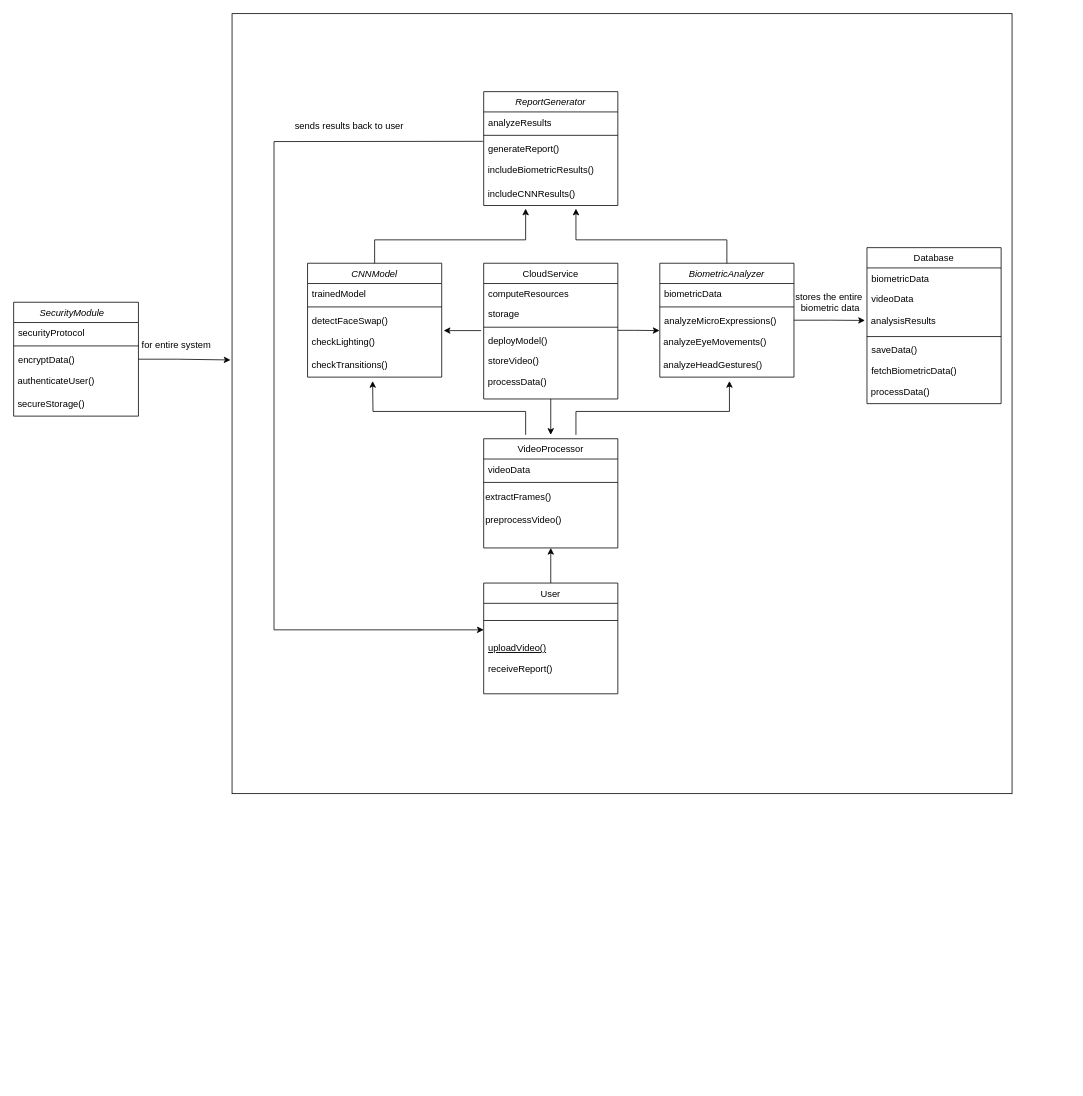
Above: DeepFakeRecognition.drawio in yashika1221/draw.io (draw.io), before the change. Source tidied: cells renumbered, new cells numbered last; positions are measured from the earlier drawing's top-left corner, leaving out a move shared by most shapes. Both pictures are drawn from the tidied source at 78%, with x=0, y=0 at pixel (13, 13).
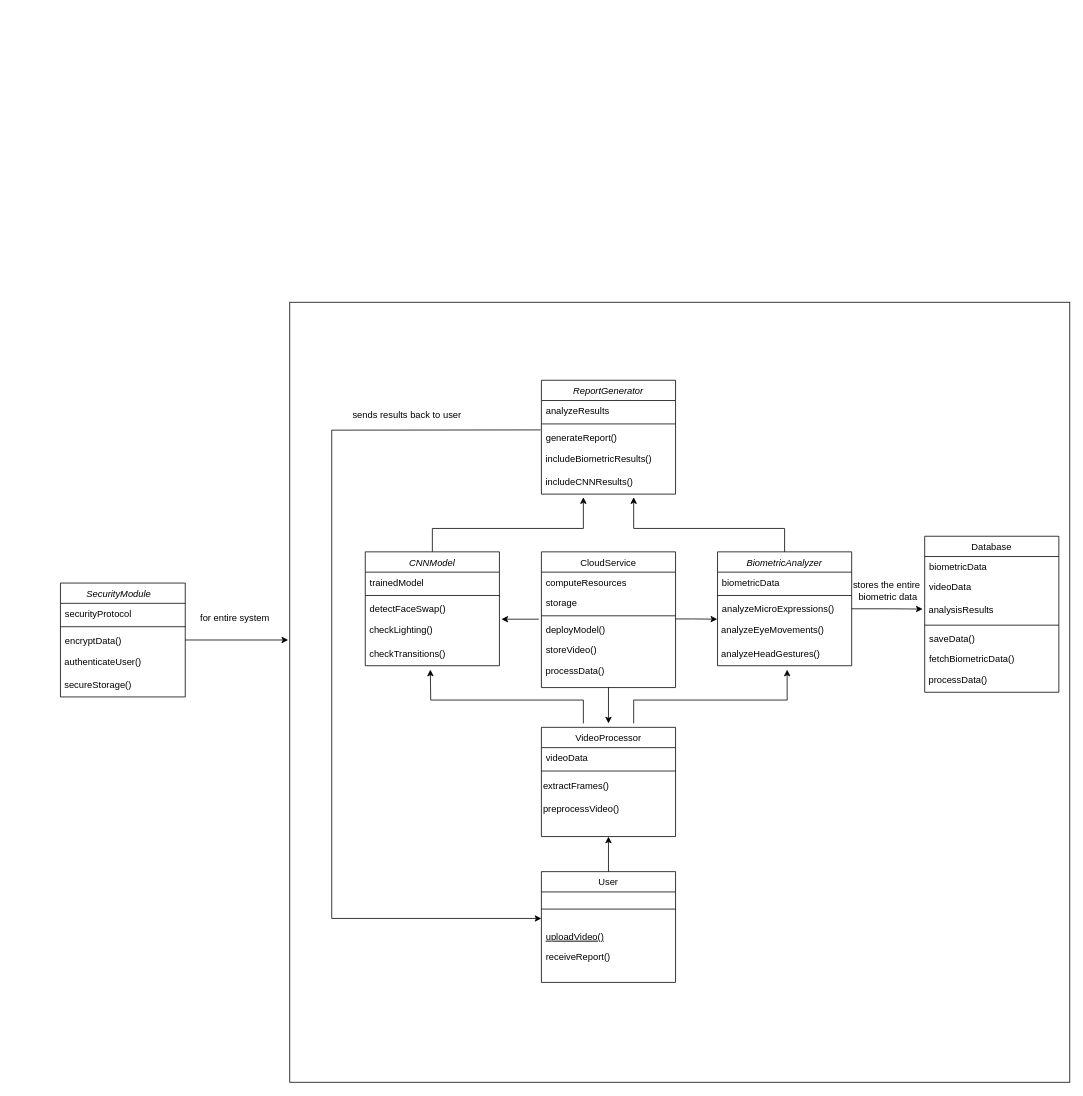
After the change.

Unchanged cells that the change refers to:
```xml
<mxCell id="5" value="encryptData()" style="text;align=left;verticalAlign=top;spacingLeft=4;spacingRight=4;overflow=hidden;points=[[0,0.5],[1,0.5]];portConstraint=eastwest;" parent="2" vertex="1">
  <mxGeometry y="60" width="160" height="26" as="geometry" />
</mxCell>
<mxCell id="9" style="whiteSpace=wrap;html=1;" parent="8" vertex="1">
  <mxGeometry width="1000" height="1000" as="geometry" />
</mxCell>
```

What changed in the source:
```diff
@@
     <mxCell id="2" value="SecurityModule   " style="swimlane;fontStyle=2;align=center;verticalAlign=top;horizontal=1;startSize=26;rounded=0;shadow=0;strokeWidth=1;" parent="1" vertex="1">
-      <mxGeometry y="370" width="160" height="146" as="geometry" />
+      <mxGeometry x="60" y="730" width="160" height="146" as="geometry" />
     </mxCell>
@@
     <mxCell id="8" style="group;" parent="1" vertex="1">
-      <mxGeometry x="280" width="1000" height="1000" as="geometry" />
+      <mxGeometry x="354" y="370" width="1000" height="1000" as="geometry" />
     </mxCell>
@@
-    <mxCell id="65" style="endArrow=classic;html=1;rounded=0;exitX=1;exitY=0.5;exitDx=0;exitDy=0;entryX=-0.002;entryY=0.444;entryDx=0;entryDy=0;entryPerimeter=0;" parent="1" edge="1" source="5" target="9">
+    <mxCell id="65" style="endArrow=classic;html=1;rounded=0;exitX=1;exitY=0.5;exitDx=0;exitDy=0;" parent="1" edge="1" source="5">
       <mxGeometry relative="1" as="geometry">
-        <Array as="points">
-          <mxPoint x="210" y="443" />
-        </Array>
+        <mxPoint x="352" y="803" as="targetPoint" />
       </mxGeometry>
     </mxCell>
     <mxCell id="66" value="&amp;nbsp; for entire system" style="text;html=1;align=center;verticalAlign=middle;strokeColor=none;fillColor=none;" parent="1" vertex="1">
-      <mxGeometry x="145" y="410" width="120" height="30" as="geometry" />
+      <mxGeometry x="220" y="760" width="120" height="30" as="geometry" />
     </mxCell>
```
